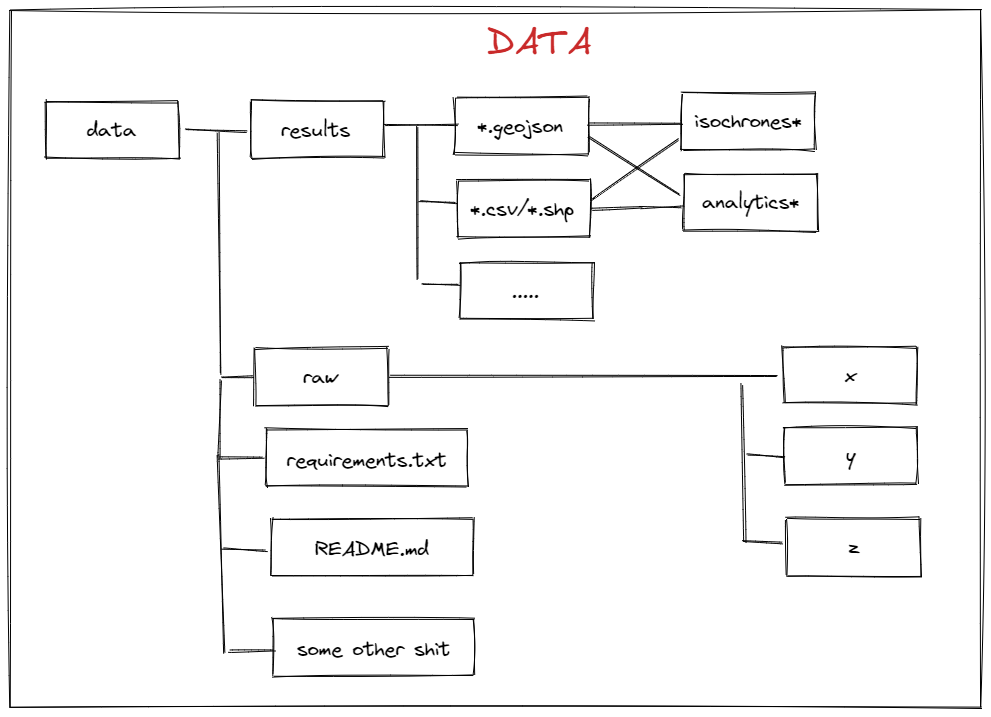
The Excalidraw diagram img/data.png in open-public-transport/open-public-transport-data-legacy, before a commit. Source tidied: one line per element, renumbered; positions are measured from the earlier drawing's top-left corner, leaving out a move shared by most shapes.
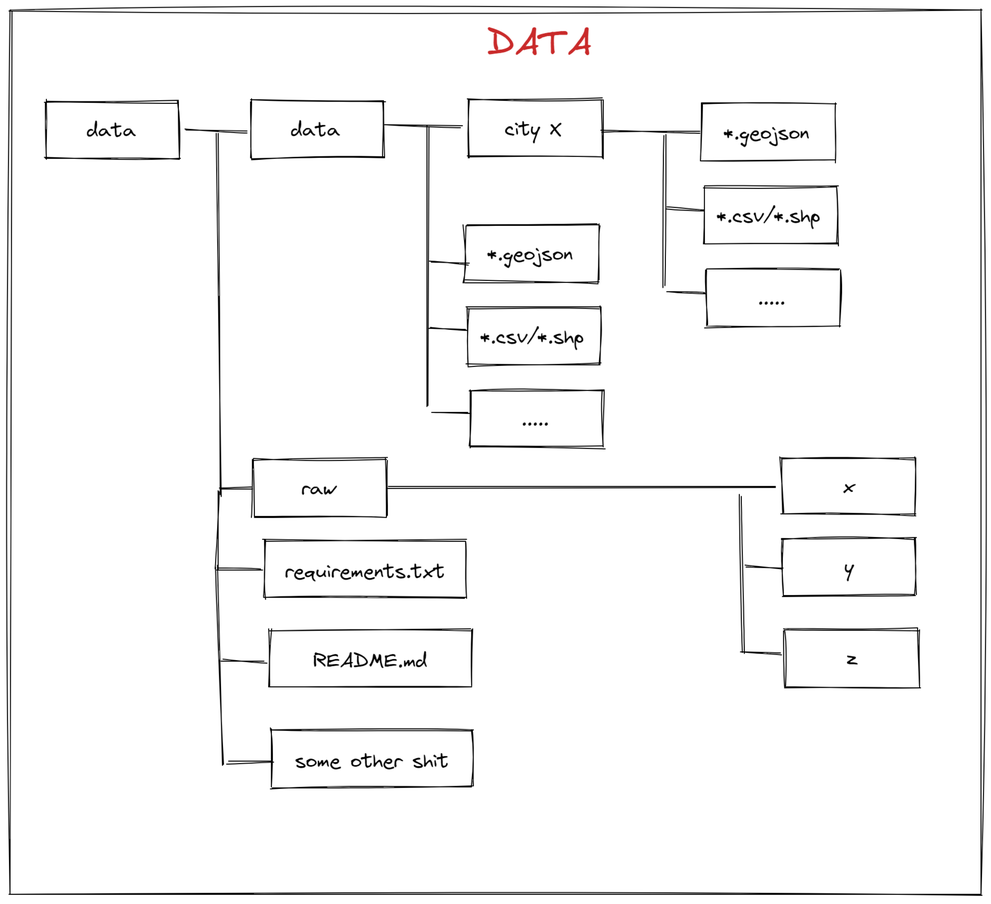
Above is the later version.

What changed in the source:
```diff
@@ -1,9 +1,9 @@
-{"id": 0, "type": "rectangle", "strokeColor": "#000000", "strokeWidth": 1, "roughness": 1, "x": 35, "y": 91, "width": 133, "height": 57}
+{"id": 0, "type": "rectangle", "strokeColor": "#000000", "strokeWidth": 1, "roughness": 1, "x": 37, "y": -20, "width": 133, "height": 57}
-{"id": 1, "type": "text", "text": "data", "strokeColor": "#000000", "strokeWidth": 1, "roughness": 1, "fontSize": 20, "fontFamily": 1, "textAlign": "center", "x": 76, "y": 108, "width": 50, "height": 25}
+{"id": 1, "type": "text", "text": "data", "strokeColor": "#000000", "strokeWidth": 1, "roughness": 1, "fontSize": 20, "fontFamily": 1, "textAlign": "center", "x": 78, "y": -3, "width": 50, "height": 25}
-{"id": 2, "type": "rectangle", "strokeColor": "#000000", "strokeWidth": 1, "roughness": 1, "x": 241, "y": 91, "width": 133, "height": 57}
+{"id": 2, "type": "rectangle", "strokeColor": "#000000", "strokeWidth": 1, "roughness": 1, "x": 242, "y": -20, "width": 133, "height": 57}
-{"id": 3, "type": "text", "text": "results", "strokeColor": "#000000", "strokeWidth": 1, "roughness": 1, "fontSize": 20, "fontFamily": 1, "textAlign": "center", "x": 271, "y": 107, "width": 69, "height": 25}
+{"id": 3, "type": "text", "text": "data", "strokeColor": "#000000", "strokeWidth": 1, "roughness": 1, "fontSize": 20, "fontFamily": 1, "textAlign": "center", "x": 282, "y": -4, "width": 50, "height": 25}
-{"id": 4, "type": "line", "strokeColor": "#000000", "strokeWidth": 1, "roughness": 1, "x": 208, "y": 122, "width": 2, "height": 242, "points": [[0, 0], [2, 242]]}
+{"id": 4, "type": "line", "strokeColor": "#000000", "strokeWidth": 1, "roughness": 1, "x": 209, "y": 11, "width": 3, "height": 363, "points": [[0, 0], [3, 363]]}
-{"id": 5, "type": "line", "strokeColor": "#000000", "strokeWidth": 1, "roughness": 1, "x": 175, "y": 119, "width": 62, "height": 2, "points": [[0, 0], [62, 2]]}
+{"id": 5, "type": "line", "strokeColor": "#000000", "strokeWidth": 1, "roughness": 1, "x": 176, "y": 8, "width": 62, "height": 2, "points": [[0, 0], [62, 2]]}
 {"id": 6, "type": "line", "strokeColor": "#000000", "strokeWidth": 1, "roughness": 1, "x": 211, "y": 367, "width": 32, "height": 0, "points": [[0, 0], [32, 0]]}
 {"id": 7, "type": "rectangle", "strokeColor": "#000000", "strokeWidth": 1, "roughness": 1, "x": 245, "y": 338, "width": 133, "height": 57}
 {"id": 8, "type": "text", "text": "raw", "strokeColor": "#000000", "strokeWidth": 1, "roughness": 1, "fontSize": 20, "fontFamily": 1, "textAlign": "center", "x": 293, "y": 355, "width": 34, "height": 25}
@@ -15,27 +15,17 @@
 {"id": 14, "type": "line", "strokeColor": "#000000", "strokeWidth": 1, "roughness": 1, "x": 212, "y": 540, "width": 44, "height": 0, "points": [[0, 0], [44, 0]]}
 {"id": 15, "type": "rectangle", "strokeColor": "#000000", "strokeWidth": 1, "roughness": 1, "x": 263, "y": 609, "width": 201, "height": 57}
 {"id": 16, "type": "text", "text": "some other shit", "strokeColor": "#000000", "strokeWidth": 1, "roughness": 1, "fontSize": 20, "fontFamily": 1, "textAlign": "center", "x": 287, "y": 627, "width": 154, "height": 25}
-{"id": 17, "type": "line", "strokeColor": "#000000", "strokeWidth": 1, "roughness": 1, "x": 375, "y": 116, "width": 72, "height": 2, "points": [[0, 0], [72, -2]]}
-{"id": 18, "type": "rectangle", "strokeColor": "#000000", "strokeWidth": 1, "roughness": 1, "x": 672, "y": 83, "width": 133, "height": 57}
-{"id": 19, "type": "text", "text": "isochrones*", "strokeColor": "#000000", "strokeWidth": 1, "roughness": 1, "fontSize": 20, "fontFamily": 1, "textAlign": "center", "verticalAlign": "middle", "x": 684, "y": 99, "width": 108, "height": 25}
-{"id": 20, "type": "line", "strokeColor": "#000000", "angle": 1.0, "strokeWidth": 1, "roughness": 1, "x": 624, "y": 108, "width": 4, "height": 105, "points": [[0, 0], [4, 105]]}
-{"id": 21, "type": "rectangle", "strokeColor": "#000000", "strokeWidth": 1, "roughness": 1, "x": 674, "y": 164, "width": 133, "height": 57}
-{"id": 22, "type": "text", "text": "analytics*", "strokeColor": "#000000", "strokeWidth": 1, "roughness": 1, "fontSize": 20, "fontFamily": 1, "textAlign": "center", "verticalAlign": "middle", "x": 692, "y": 180, "width": 98, "height": 25}
-{"id": 23, "type": "rectangle", "strokeColor": "#000000", "strokeWidth": 1, "roughness": 1, "x": 445, "y": 87, "width": 133, "height": 57}
+{"id": 23, "type": "rectangle", "strokeColor": "#000000", "strokeWidth": 1, "roughness": 1, "x": 457, "y": 104, "width": 133, "height": 57}
-{"id": 24, "type": "text", "text": "*.geojson", "strokeColor": "#000000", "strokeWidth": 1, "roughness": 1, "fontSize": 20, "fontFamily": 1, "textAlign": "center", "x": 467, "y": 104, "width": 86, "height": 25}
+{"id": 24, "type": "text", "text": "*.geojson", "strokeColor": "#000000", "strokeWidth": 1, "roughness": 1, "fontSize": 20, "fontFamily": 1, "textAlign": "center", "x": 479, "y": 120, "width": 86, "height": 25}
-{"id": 25, "type": "rectangle", "strokeColor": "#000000", "strokeWidth": 1, "roughness": 1, "x": 447, "y": 170, "width": 133, "height": 57}
+{"id": 25, "type": "rectangle", "strokeColor": "#000000", "strokeWidth": 1, "roughness": 1, "x": 459, "y": 187, "width": 133, "height": 57}
-{"id": 26, "type": "text", "text": "*.csv/*.shp", "strokeColor": "#000000", "strokeWidth": 1, "roughness": 1, "fontSize": 20, "fontFamily": 1, "textAlign": "center", "x": 460, "y": 187, "width": 104, "height": 25}
+{"id": 26, "type": "text", "text": "*.csv/*.shp", "strokeColor": "#000000", "strokeWidth": 1, "roughness": 1, "fontSize": 20, "fontFamily": 1, "textAlign": "center", "x": 472, "y": 203, "width": 104, "height": 25}
-{"id": 27, "type": "line", "strokeColor": "#000000", "strokeWidth": 1, "roughness": 1, "x": 407, "y": 118, "width": 0, "height": 152, "points": [[0, 0], [0, 152]]}
+{"id": 27, "type": "line", "strokeColor": "#000000", "strokeWidth": 1, "roughness": 1, "x": 419, "y": 7, "width": 0, "height": 279, "points": [[0, 0], [0, 279]]}
-{"id": 28, "type": "line", "strokeColor": "#000000", "strokeWidth": 1, "roughness": 1, "x": 409, "y": 191, "width": 38, "height": 2, "points": [[0, 0], [38, 2]]}
+{"id": 28, "type": "line", "strokeColor": "#000000", "strokeWidth": 1, "roughness": 1, "x": 420, "y": 208, "width": 38, "height": 2, "points": [[0, 0], [38, 2]]}
-{"id": 29, "type": "line", "strokeColor": "#000000", "strokeWidth": 1, "roughness": 1, "x": 578, "y": 114, "width": 93, "height": 0, "points": [[0, 0], [93, 0]]}
-{"id": 30, "type": "line", "strokeColor": "#000000", "strokeWidth": 1, "roughness": 1, "x": 630, "y": 197, "width": 42, "height": 0, "points": [[0, 0], [42, 0]]}
-{"id": 31, "type": "line", "strokeColor": "#000000", "strokeWidth": 1, "roughness": 1, "x": 581, "y": 199, "width": 51, "height": 2, "points": [[0, 0], [51, -2]]}
-{"id": 32, "type": "line", "strokeColor": "#000000", "strokeWidth": 1, "roughness": 1, "x": 579, "y": 127, "width": 92, "height": 58, "points": [[0, 0], [92, 58]]}
-{"id": 33, "type": "rectangle", "strokeColor": "#000000", "strokeWidth": 1, "roughness": 1, "x": 450, "y": 252, "width": 133, "height": 57}
+{"id": 33, "type": "rectangle", "strokeColor": "#000000", "strokeWidth": 1, "roughness": 1, "x": 462, "y": 269, "width": 133, "height": 57}
-{"id": 34, "type": "text", "text": ".....", "strokeColor": "#000000", "strokeWidth": 1, "roughness": 1, "fontSize": 20, "fontFamily": 1, "textAlign": "center", "x": 501, "y": 269, "width": 28, "height": 25}
+{"id": 34, "type": "text", "text": ".....", "strokeColor": "#000000", "strokeWidth": 1, "roughness": 1, "fontSize": 20, "fontFamily": 1, "textAlign": "center", "x": 513, "y": 285, "width": 28, "height": 25}
-{"id": 35, "type": "line", "strokeColor": "#000000", "strokeWidth": 1, "roughness": 1, "x": 412, "y": 273, "width": 38, "height": 2, "points": [[0, 0], [38, 2]]}
+{"id": 35, "type": "line", "strokeColor": "#000000", "strokeWidth": 1, "roughness": 1, "x": 424, "y": 290, "width": 38, "height": 2, "points": [[0, 0], [38, 2]]}
-{"id": 36, "type": "rectangle", "strokeColor": "#000000", "strokeWidth": 1, "roughness": 2, "x": 0, "y": 0, "width": 971, "height": 697}
+{"id": 36, "type": "rectangle", "strokeColor": "#000000", "strokeWidth": 1, "roughness": 2, "x": 2, "y": -111, "width": 971, "height": 884}
-{"id": 37, "type": "text", "text": "DATA", "strokeColor": "#c92a2a", "strokeWidth": 1, "roughness": 2, "fontSize": 36, "fontFamily": 1, "x": 477, "y": 11, "width": 105, "height": 46}
+{"id": 37, "type": "text", "text": "DATA", "strokeColor": "#c92a2a", "strokeWidth": 1, "roughness": 2, "fontSize": 36, "fontFamily": 1, "x": 479, "y": -100, "width": 105, "height": 46}
 {"id": 38, "type": "line", "strokeColor": "#000000", "strokeWidth": 1, "roughness": 1, "x": 220, "y": 641, "width": 44, "height": 0, "points": [[0, 0], [44, 0]]}
 {"id": 39, "type": "line", "strokeColor": "#000000", "strokeWidth": 1, "roughness": 1, "x": 380, "y": 366, "width": 387, "height": 1, "points": [[0, 0], [387, 1]]}
 {"id": 40, "type": "rectangle", "strokeColor": "#000000", "strokeWidth": 1, "roughness": 1, "x": 773, "y": 337, "width": 133, "height": 57}
@@ -49,3 +39,17 @@
 {"id": 48, "type": "text", "text": "x", "strokeColor": "#000000", "strokeWidth": 1, "roughness": 1, "fontSize": 20, "fontFamily": 1, "textAlign": "center", "verticalAlign": "middle", "x": 835, "y": 353, "width": 11, "height": 25}
 {"id": 49, "type": "text", "text": "y", "strokeColor": "#000000", "strokeWidth": 1, "roughness": 1, "fontSize": 20, "fontFamily": 1, "textAlign": "center", "verticalAlign": "middle", "x": 836, "y": 433, "width": 10, "height": 25}
 {"id": 50, "type": "text", "text": "z", "strokeColor": "#000000", "strokeWidth": 1, "roughness": 1, "fontSize": 20, "fontFamily": 1, "textAlign": "center", "verticalAlign": "middle", "x": 838, "y": 525, "width": 12, "height": 25}
+{"id": 51, "type": "line", "strokeColor": "#000000", "strokeWidth": 1, "roughness": 1, "x": 423, "y": 140, "width": 38, "height": 2, "points": [[0, 0], [38, 2]]}
+{"id": 52, "type": "line", "strokeColor": "#000000", "strokeWidth": 1, "roughness": 1, "x": 377, "y": 2, "width": 76, "height": 3, "points": [[0, 0], [76, 3]]}
+{"id": 53, "type": "rectangle", "strokeColor": "#000000", "strokeWidth": 1, "roughness": 1, "x": 460, "y": -21, "width": 133, "height": 57}
+{"id": 54, "type": "text", "text": "city X", "strokeColor": "#000000", "strokeWidth": 1, "roughness": 1, "fontSize": 20, "fontFamily": 1, "textAlign": "center", "x": 496, "y": -4, "width": 57, "height": 25}
+{"id": 55, "type": "rectangle", "strokeColor": "#000000", "strokeWidth": 1, "roughness": 1, "x": 693, "y": -17, "width": 133, "height": 57}
+{"id": 56, "type": "text", "text": "*.geojson", "strokeColor": "#000000", "strokeWidth": 1, "roughness": 1, "fontSize": 20, "fontFamily": 1, "textAlign": "center", "x": 715, "y": 0, "width": 86, "height": 25}
+{"id": 57, "type": "rectangle", "strokeColor": "#000000", "strokeWidth": 1, "roughness": 1, "x": 695, "y": 66, "width": 133, "height": 57}
+{"id": 58, "type": "text", "text": "*.csv/*.shp", "strokeColor": "#000000", "strokeWidth": 1, "roughness": 1, "fontSize": 20, "fontFamily": 1, "textAlign": "center", "x": 708, "y": 83, "width": 104, "height": 25}
+{"id": 59, "type": "line", "strokeColor": "#000000", "strokeWidth": 1, "roughness": 1, "x": 655, "y": 13, "width": 0, "height": 152, "points": [[0, 0], [0, 152]]}
+{"id": 60, "type": "line", "strokeColor": "#000000", "strokeWidth": 1, "roughness": 1, "x": 657, "y": 87, "width": 38, "height": 2, "points": [[0, 0], [38, 2]]}
+{"id": 61, "type": "rectangle", "strokeColor": "#000000", "strokeWidth": 1, "roughness": 1, "x": 698, "y": 148, "width": 133, "height": 57}
+{"id": 62, "type": "text", "text": ".....", "strokeColor": "#000000", "strokeWidth": 1, "roughness": 1, "fontSize": 20, "fontFamily": 1, "textAlign": "center", "x": 749, "y": 165, "width": 28, "height": 25}
+{"id": 63, "type": "line", "strokeColor": "#000000", "strokeWidth": 1, "roughness": 1, "x": 660, "y": 169, "width": 38, "height": 2, "points": [[0, 0], [38, 2]]}
+{"id": 64, "type": "line", "strokeColor": "#000000", "strokeWidth": 1, "roughness": 1, "x": 592, "y": 11, "width": 98, "height": 0, "points": [[0, 0], [98, 0]]}
```
